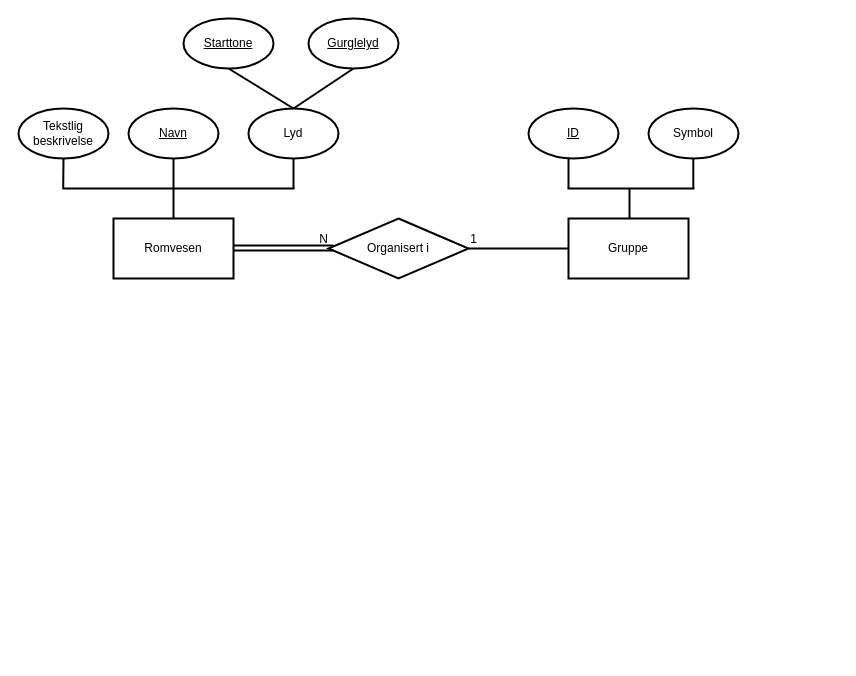
Above: oppg3.drawio in nicholasuribarri/in2090oblig2 (draw.io), before the change. Source tidied: cells renumbered, new cells numbered last; positions are measured from the earlier drawing's top-left corner, leaving out a move shared by most shapes. Both pictures are drawn from the tidied source at 100%, with x=0, y=0 at pixel (18, 18).
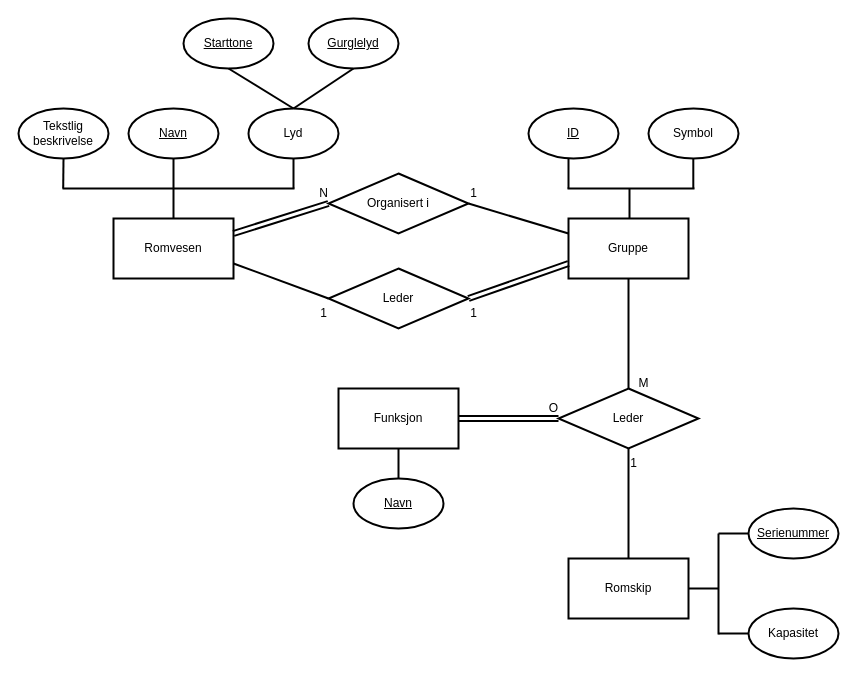
After the change.

Unchanged cells that the change refers to:
```xml
<mxCell id="2" value="&lt;span style=&quot;color: light-dark(rgb(0, 0, 0), rgb(0, 0, 0));&quot;&gt;Romvesen&lt;/span&gt;" style="rounded=0;whiteSpace=wrap;html=1;fillColor=none;strokeColor=light-dark(#000000,#000000);strokeWidth=2;fillStyle=auto;gradientColor=none;gradientDirection=north;" parent="1" vertex="1">
  <mxGeometry x="95" y="200" width="120" height="60" as="geometry" />
</mxCell>
<mxCell id="3" value="&lt;span style=&quot;color: light-dark(rgb(0, 0, 0), rgb(0, 0, 0));&quot;&gt;Gruppe&lt;/span&gt;" style="rounded=0;whiteSpace=wrap;html=1;fillColor=none;strokeColor=light-dark(#000000,#000000);strokeWidth=2;fillStyle=auto;gradientColor=none;gradientDirection=north;" parent="1" vertex="1">
  <mxGeometry x="550" y="200" width="120" height="60" as="geometry" />
</mxCell>
```

Change to the diagram source:
```diff
@@
     <mxCell id="16" value="&lt;span style=&quot;color: light-dark(rgb(0, 0, 0), rgb(0, 0, 0));&quot;&gt;Organisert i&lt;/span&gt;" style="rhombus;whiteSpace=wrap;html=1;rounded=0;fillStyle=auto;strokeColor=light-dark(#000000,#000000);strokeWidth=2;align=center;verticalAlign=middle;fontFamily=Helvetica;fontSize=12;fontColor=default;labelBackgroundColor=none;fillColor=none;gradientColor=none;gradientDirection=north;" parent="1" vertex="1">
-      <mxGeometry x="310" y="200" width="140" height="60" as="geometry" />
+      <mxGeometry x="310" y="155" width="140" height="60" as="geometry" />
     </mxCell>
-    <mxCell id="17" style="endArrow=none;html=1;rounded=0;fontFamily=Helvetica;fontSize=12;fontColor=default;strokeColor=light-dark(#000000,#000000);strokeWidth=2;exitX=1;exitY=0.5;exitDx=0;exitDy=0;entryX=0;entryY=0.5;entryDx=0;entryDy=0;" parent="1" edge="1" source="16" target="3">
+    <mxCell id="17" style="endArrow=none;html=1;rounded=0;fontFamily=Helvetica;fontSize=12;fontColor=default;strokeColor=light-dark(#000000,#000000);strokeWidth=2;exitX=1;exitY=0.5;exitDx=0;exitDy=0;entryX=0;entryY=0.25;entryDx=0;entryDy=0;" parent="1" edge="1" source="16" target="3">
       <mxGeometry relative="1" as="geometry" />
     </mxCell>
@@
     <mxCell id="24" value="N" style="text;html=1;align=center;verticalAlign=middle;strokeColor=none;fillColor=none;fontFamily=Helvetica;fontSize=12;fontColor=light-dark(#000000,#000000);labelBackgroundColor=none;" parent="1" vertex="1">
-      <mxGeometry x="290" y="206" width="30" height="30" as="geometry" />
+      <mxGeometry x="290" y="160" width="30" height="30" as="geometry" />
     </mxCell>
     <mxCell id="25" value="1" style="text;html=1;align=center;verticalAlign=middle;strokeColor=none;fillColor=none;fontFamily=Helvetica;fontSize=12;fontColor=light-dark(#000000,#000000);labelBackgroundColor=none;" parent="1" vertex="1">
-      <mxGeometry x="440" y="206" width="30" height="30" as="geometry" />
+      <mxGeometry x="440" y="160" width="30" height="30" as="geometry" />
     </mxCell>
-    <mxCell id="26" style="shape=link;html=1;rounded=0;strokeColor=light-dark(#000000,#000000);strokeWidth=2;align=center;verticalAlign=middle;fontFamily=Helvetica;fontSize=12;fontColor=light-dark(#000000,#000000);labelBackgroundColor=none;endArrow=none;" parent="1" edge="1">
+    <mxCell id="26" style="shape=link;html=1;rounded=0;strokeColor=light-dark(#000000,#000000);strokeWidth=2;align=center;verticalAlign=middle;fontFamily=Helvetica;fontSize=12;fontColor=light-dark(#000000,#000000);labelBackgroundColor=none;endArrow=none;exitX=1;exitY=0.25;exitDx=0;exitDy=0;" parent="1" edge="1" source="2">
       <mxGeometry relative="1" as="geometry">
-        <mxPoint x="215" y="229.6" as="sourcePoint" />
-        <mxPoint x="315" y="229.6" as="targetPoint" />
+        <mxPoint x="310" y="185" as="targetPoint" />
       </mxGeometry>
     </mxCell>
+    <mxCell id="27" value="&lt;span style=&quot;color: light-dark(rgb(0, 0, 0), rgb(0, 0, 0));&quot;&gt;Leder&lt;/span&gt;" style="rhombus;whiteSpace=wrap;html=1;rounded=0;fillStyle=auto;strokeColor=light-dark(#000000,#000000);strokeWidth=2;align=center;verticalAlign=middle;fontFamily=Helvetica;fontSize=12;fontColor=default;labelBackgroundColor=none;fillColor=none;gradientColor=none;gradientDirection=north;" parent="1" vertex="1">
+      <mxGeometry x="310" y="250" width="140" height="60" as="geometry" />
+    </mxCell>
+    <mxCell id="28" value="&lt;span style=&quot;color: light-dark(rgb(0, 0, 0), rgb(0, 0, 0));&quot;&gt;Leder&lt;/span&gt;" style="rhombus;whiteSpace=wrap;html=1;rounded=0;fillStyle=auto;strokeColor=light-dark(#000000,#000000);strokeWidth=2;align=center;verticalAlign=middle;fontFamily=Helvetica;fontSize=12;fontColor=default;labelBackgroundColor=none;fillColor=none;gradientColor=none;gradientDirection=north;" parent="1" vertex="1">
+      <mxGeometry x="540" y="370" width="140" height="60" as="geometry" />
+    </mxCell>
+    <mxCell id="29" style="edgeStyle=none;shape=connector;rounded=0;jettySize=auto;html=1;exitX=1;exitY=0.5;exitDx=0;exitDy=0;strokeColor=light-dark(#000000,#000000);strokeWidth=2;align=center;verticalAlign=middle;fontFamily=Helvetica;fontSize=12;fontColor=light-dark(#000000,#000000);labelBackgroundColor=none;endArrow=none;" parent="1" edge="1" source="30">
+      <mxGeometry relative="1" as="geometry">
+        <mxPoint x="700" y="569.9" as="targetPoint" />
+      </mxGeometry>
+    </mxCell>
+    <mxCell id="30" value="&lt;span style=&quot;color: light-dark(rgb(0, 0, 0), rgb(0, 0, 0));&quot;&gt;Romskip&lt;/span&gt;" style="rounded=0;whiteSpace=wrap;html=1;fillColor=none;strokeColor=light-dark(#000000,#000000);strokeWidth=2;fillStyle=auto;gradientColor=none;gradientDirection=north;" parent="1" vertex="1">
+      <mxGeometry x="550" y="540" width="120" height="60" as="geometry" />
+    </mxCell>
+    <mxCell id="31" style="edgeStyle=none;shape=connector;rounded=0;jettySize=auto;html=1;strokeColor=light-dark(#000000,#000000);strokeWidth=2;align=center;verticalAlign=middle;fontFamily=Helvetica;fontSize=12;fontColor=light-dark(#000000,#000000);labelBackgroundColor=none;endArrow=none;" parent="1" edge="1" source="32" target="33">
+      <mxGeometry relative="1" as="geometry" />
+    </mxCell>
+    <mxCell id="32" value="&lt;span style=&quot;color: light-dark(rgb(0, 0, 0), rgb(0, 0, 0));&quot;&gt;Funksjon&lt;/span&gt;" style="rounded=0;whiteSpace=wrap;html=1;fillColor=none;strokeColor=light-dark(#000000,#000000);strokeWidth=2;fillStyle=auto;gradientColor=none;gradientDirection=north;" parent="1" vertex="1">
+      <mxGeometry x="320" y="370" width="120" height="60" as="geometry" />
+    </mxCell>
+    <mxCell id="33" value="&lt;font&gt;&lt;span style=&quot;caret-color: rgb(237, 237, 237); color: light-dark(rgb(0, 0, 0), rgb(0, 0, 0));&quot;&gt;&lt;u&gt;Navn&lt;/u&gt;&lt;/span&gt;&lt;/font&gt;" style="ellipse;whiteSpace=wrap;html=1;rounded=0;fillStyle=auto;strokeColor=light-dark(#000000,#000000);strokeWidth=2;align=center;verticalAlign=middle;fontFamily=Helvetica;fontSize=12;fontColor=default;fillColor=none;gradientColor=none;gradientDirection=north;" parent="1" vertex="1">
+      <mxGeometry x="335" y="460" width="90" height="50" as="geometry" />
+    </mxCell>
+    <mxCell id="34" value="&lt;font&gt;&lt;span style=&quot;caret-color: rgb(237, 237, 237); color: light-dark(rgb(0, 0, 0), rgb(0, 0, 0));&quot;&gt;&lt;u&gt;Serienummer&lt;/u&gt;&lt;/span&gt;&lt;/font&gt;" style="ellipse;whiteSpace=wrap;html=1;rounded=0;fillStyle=auto;strokeColor=light-dark(#000000,#000000);strokeWidth=2;align=center;verticalAlign=middle;fontFamily=Helvetica;fontSize=12;fontColor=default;fillColor=none;gradientColor=none;gradientDirection=north;" parent="1" vertex="1">
+      <mxGeometry x="730" y="490" width="90" height="50" as="geometry" />
+    </mxCell>
+    <mxCell id="35" value="&lt;font&gt;&lt;span style=&quot;caret-color: rgb(237, 237, 237); color: light-dark(rgb(0, 0, 0), rgb(0, 0, 0));&quot;&gt;Kapasitet&lt;/span&gt;&lt;/font&gt;" style="ellipse;whiteSpace=wrap;html=1;rounded=0;fillStyle=auto;strokeColor=light-dark(#000000,#000000);strokeWidth=2;align=center;verticalAlign=middle;fontFamily=Helvetica;fontSize=12;fontColor=default;fillColor=none;gradientColor=none;gradientDirection=north;" parent="1" vertex="1">
+      <mxGeometry x="730" y="590" width="90" height="50" as="geometry" />
+    </mxCell>
+    <mxCell id="36" style="edgeStyle=none;shape=connector;rounded=0;orthogonalLoop=1;jettySize=auto;html=1;strokeColor=light-dark(#000000,#000000);strokeWidth=2;align=center;verticalAlign=middle;fontFamily=Helvetica;fontSize=12;fontColor=light-dark(#000000,#000000);labelBackgroundColor=none;endArrow=none;" parent="1" edge="1">
+      <mxGeometry relative="1" as="geometry">
+        <mxPoint x="700" y="515" as="sourcePoint" />
+        <mxPoint x="700" y="616" as="targetPoint" />
+      </mxGeometry>
+    </mxCell>
+    <mxCell id="37" style="edgeStyle=none;shape=connector;rounded=0;jettySize=auto;html=1;strokeColor=light-dark(#000000,#000000);strokeWidth=2;align=center;verticalAlign=middle;fontFamily=Helvetica;fontSize=12;fontColor=light-dark(#000000,#000000);labelBackgroundColor=none;endArrow=none;exitX=0;exitY=0.5;exitDx=0;exitDy=0;" parent="1" edge="1" source="34">
+      <mxGeometry relative="1" as="geometry">
+        <mxPoint x="700" y="515" as="targetPoint" />
+      </mxGeometry>
+    </mxCell>
+    <mxCell id="38" style="edgeStyle=none;shape=connector;rounded=0;jettySize=auto;html=1;strokeColor=light-dark(#000000,#000000);strokeWidth=2;align=center;verticalAlign=middle;fontFamily=Helvetica;fontSize=12;fontColor=light-dark(#000000,#000000);labelBackgroundColor=none;endArrow=none;exitX=0;exitY=0.5;exitDx=0;exitDy=0;" parent="1" edge="1" source="35">
+      <mxGeometry relative="1" as="geometry">
+        <mxPoint x="700" y="615" as="targetPoint" />
+      </mxGeometry>
+    </mxCell>
+    <mxCell id="39" style="endArrow=none;html=1;rounded=0;fontFamily=Helvetica;fontSize=12;fontColor=default;strokeColor=light-dark(#000000,#000000);strokeWidth=2;exitX=0.5;exitY=1;exitDx=0;exitDy=0;entryX=0.5;entryY=0;entryDx=0;entryDy=0;" parent="1" edge="1" source="3" target="28">
+      <mxGeometry relative="1" as="geometry" />
+    </mxCell>
+    <mxCell id="40" style="endArrow=none;html=1;rounded=0;fontFamily=Helvetica;fontSize=12;fontColor=default;strokeColor=light-dark(#000000,#000000);strokeWidth=2;exitX=0.5;exitY=1;exitDx=0;exitDy=0;entryX=0.5;entryY=0;entryDx=0;entryDy=0;" parent="1" edge="1" source="28" target="30">
+      <mxGeometry relative="1" as="geometry" />
+    </mxCell>
+    <mxCell id="41" value="1" style="text;html=1;align=center;verticalAlign=middle;strokeColor=none;fillColor=none;fontFamily=Helvetica;fontSize=12;fontColor=light-dark(#000000,#000000);labelBackgroundColor=none;" parent="1" vertex="1">
+      <mxGeometry x="600" y="430" width="30" height="30" as="geometry" />
+    </mxCell>
+    <mxCell id="42" value="M" style="text;html=1;align=center;verticalAlign=middle;strokeColor=none;fillColor=none;fontFamily=Helvetica;fontSize=12;fontColor=light-dark(#000000,#000000);labelBackgroundColor=none;" parent="1" vertex="1">
+      <mxGeometry x="610" y="350" width="30" height="30" as="geometry" />
+    </mxCell>
+    <mxCell id="43" value="O" style="text;html=1;align=center;verticalAlign=middle;strokeColor=none;fillColor=none;fontFamily=Helvetica;fontSize=12;fontColor=light-dark(#000000,#000000);labelBackgroundColor=none;" parent="1" vertex="1">
+      <mxGeometry x="520" y="375" width="30" height="30" as="geometry" />
+    </mxCell>
+    <mxCell id="44" style="shape=link;html=1;rounded=0;strokeColor=light-dark(#000000,#000000);strokeWidth=2;align=center;verticalAlign=middle;fontFamily=Helvetica;fontSize=12;fontColor=light-dark(#000000,#000000);labelBackgroundColor=none;endArrow=none;entryX=1;entryY=0.5;entryDx=0;entryDy=0;exitX=0;exitY=0.75;exitDx=0;exitDy=0;" parent="1" edge="1" source="3" target="27">
+      <mxGeometry relative="1" as="geometry" />
+    </mxCell>
+    <mxCell id="45" style="shape=link;html=1;rounded=0;strokeColor=light-dark(#000000,#000000);strokeWidth=2;align=center;verticalAlign=middle;fontFamily=Helvetica;fontSize=12;fontColor=light-dark(#000000,#000000);labelBackgroundColor=none;endArrow=none;entryX=0;entryY=0.5;entryDx=0;entryDy=0;exitX=1;exitY=0.5;exitDx=0;exitDy=0;" parent="1" edge="1" source="32" target="28">
+      <mxGeometry relative="1" as="geometry" />
+    </mxCell>
+    <mxCell id="46" style="endArrow=none;html=1;rounded=0;fontFamily=Helvetica;fontSize=12;fontColor=default;strokeColor=light-dark(#000000,#000000);strokeWidth=2;exitX=1;exitY=0.75;exitDx=0;exitDy=0;entryX=0;entryY=0.5;entryDx=0;entryDy=0;" parent="1" edge="1" source="2" target="27">
+      <mxGeometry relative="1" as="geometry" />
+    </mxCell>
+    <mxCell id="47" value="1" style="text;html=1;align=center;verticalAlign=middle;strokeColor=none;fillColor=none;fontFamily=Helvetica;fontSize=12;fontColor=light-dark(#000000,#000000);labelBackgroundColor=none;" parent="1" vertex="1">
+      <mxGeometry x="290" y="280" width="30" height="30" as="geometry" />
+    </mxCell>
+    <mxCell id="48" value="1" style="text;html=1;align=center;verticalAlign=middle;strokeColor=none;fillColor=none;fontFamily=Helvetica;fontSize=12;fontColor=light-dark(#000000,#000000);labelBackgroundColor=none;" parent="1" vertex="1">
+      <mxGeometry x="440" y="280" width="30" height="30" as="geometry" />
+    </mxCell>
```
